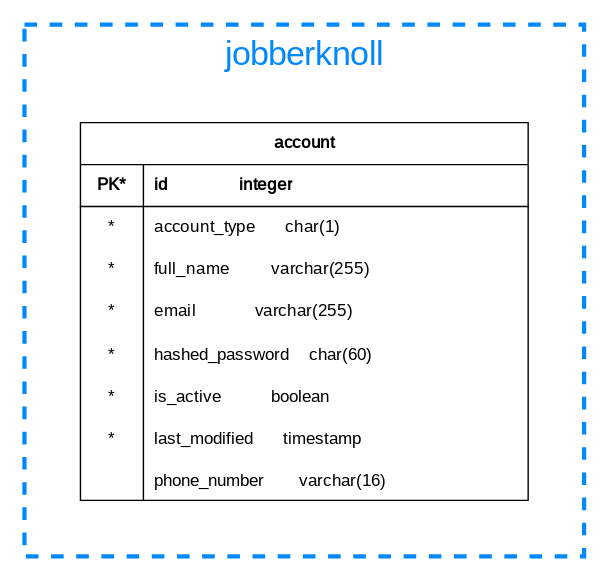
Above: documentation/course/e2/images/database-diagram-jobberknoll.drawio.svg in PWR-ACS-SE-24/SoftwareSystemDesign (draw.io), before the change. Source tidied: cells renumbered, new cells last; positions are measured from the earlier drawing's top-left corner, leaving out a move shared by most shapes.
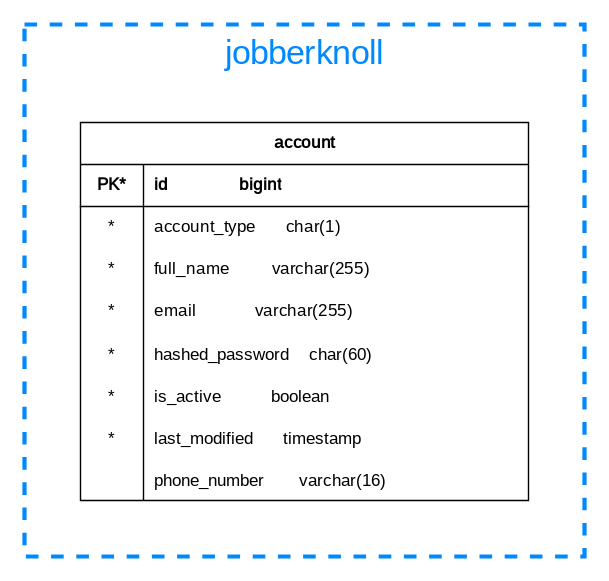
The same file after the commit.

Commit message:
Update class and database diagrams

Diff of the diagram source:
```diff
@@ -14,7 +14,7 @@
     <mxCell id="5" value="PK*" style="shape=partialRectangle;fillColor=none;top=0;left=0;bottom=0;right=0;fontStyle=1;overflow=hidden;whiteSpace=wrap;html=1;fontFamily=JetBrains Mono;fontSource=https%3A%2F%2Ffonts.googleapis.com%2Fcss%3Ffamily%3DJetBrains%2BMono;" parent="4" vertex="1">
       <mxGeometry width="45" height="30" as="geometry" />
     </mxCell>
-    <mxCell id="6" value="id&amp;nbsp;&amp;nbsp;&amp;nbsp;&amp;nbsp;&amp;nbsp;&amp;nbsp;&amp;nbsp;&amp;nbsp;&amp;nbsp;&amp;nbsp;&amp;nbsp;&amp;nbsp;&amp;nbsp;&amp;nbsp;&amp;nbsp;&amp;nbsp; integer" style="shape=partialRectangle;fillColor=none;top=0;left=0;bottom=0;right=0;align=left;spacingLeft=6;fontStyle=1;overflow=hidden;whiteSpace=wrap;html=1;fontFamily=JetBrains Mono;fontSource=https%3A%2F%2Ffonts.googleapis.com%2Fcss%3Ffamily%3DJetBrains%2BMono;" parent="4" vertex="1">
+    <mxCell id="6" value="id&amp;nbsp;&amp;nbsp;&amp;nbsp;&amp;nbsp;&amp;nbsp;&amp;nbsp;&amp;nbsp;&amp;nbsp;&amp;nbsp;&amp;nbsp;&amp;nbsp;&amp;nbsp;&amp;nbsp;&amp;nbsp;&amp;nbsp;&amp;nbsp; bigint" style="shape=partialRectangle;fillColor=none;top=0;left=0;bottom=0;right=0;align=left;spacingLeft=6;fontStyle=1;overflow=hidden;whiteSpace=wrap;html=1;fontFamily=JetBrains Mono;fontSource=https%3A%2F%2Ffonts.googleapis.com%2Fcss%3Ffamily%3DJetBrains%2BMono;" parent="4" vertex="1">
       <mxGeometry x="45" width="275" height="30" as="geometry" />
     </mxCell>
     <mxCell id="7" style="shape=tableRow;horizontal=0;startSize=0;swimlaneHead=0;swimlaneBody=0;fillColor=none;top=0;left=0;right=0;bottom=0;fontFamily=JetBrains Mono;fontSource=https%3A%2F%2Ffonts.googleapis.com%2Fcss%3Ffamily%3DJetBrains%2BMono;" parent="3" vertex="1">
```
